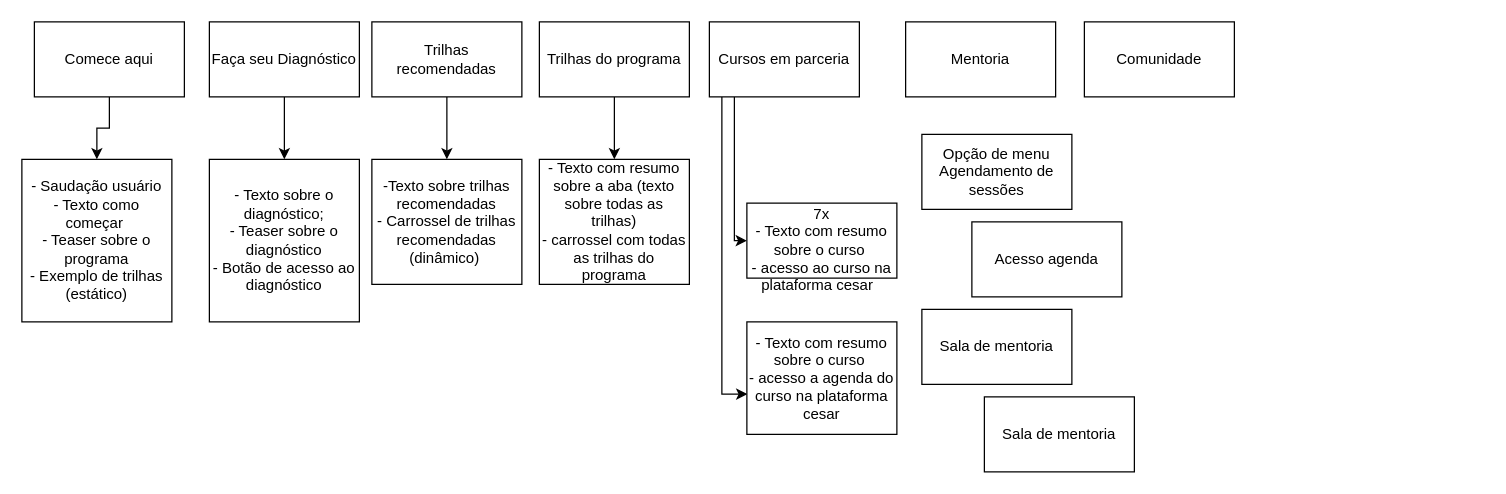
Above: moodle.drawio in tslacerd/UC15_ER3 (draw.io), before the change. Source tidied: cells renumbered, new cells numbered last; positions are measured from the earlier drawing's top-left corner, leaving out a move shared by most shapes. Both pictures are drawn from the tidied source at 125%, with x=0, y=0 at pixel (21, 21).
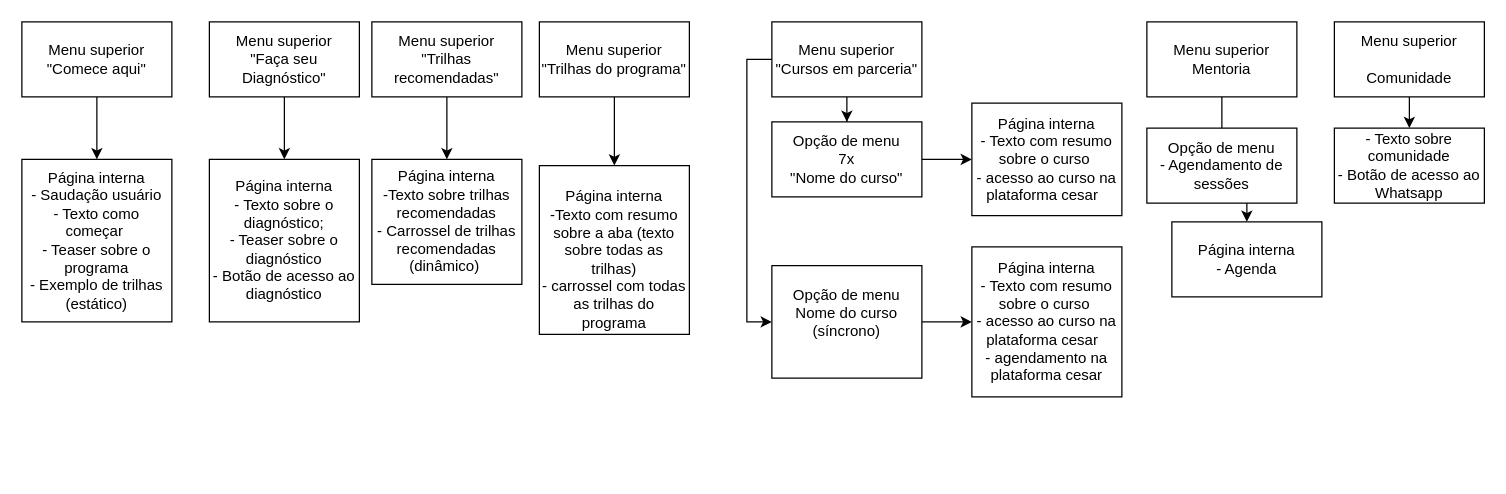
The same page after the edit.

Diff of the diagram source:
```diff
@@
     <mxCell id="2" style="edgeStyle=orthogonalEdgeStyle;rounded=0;jettySize=auto;html=1;" parent="1" edge="1" source="3" target="9">
-      <mxGeometry relative="1" as="geometry" />
+      <mxGeometry relative="1" as="geometry">
+        <Array as="points">
+          <mxPoint x="60" y="80" />
+          <mxPoint x="60" y="80" />
+        </Array>
+      </mxGeometry>
     </mxCell>
-    <mxCell id="3" value="Comece aqui" style="rounded=0;whiteSpace=wrap;html=1;" parent="1" vertex="1">
-      <mxGeometry x="10" width="120" height="60" as="geometry" />
+    <mxCell id="3" value="Menu superior&lt;br&gt;&quot;Comece aqui&quot;" style="rounded=0;whiteSpace=wrap;html=1;" parent="1" vertex="1">
+      <mxGeometry width="120" height="60" as="geometry" />
     </mxCell>
@@
-    <mxCell id="5" value="Faça seu Diagnóstico" style="rounded=0;whiteSpace=wrap;html=1;" parent="1" vertex="1">
+    <mxCell id="5" value="Menu superior&lt;br style=&quot;border-color: var(--border-color);&quot;&gt;&quot;Faça seu Diagnóstico&quot;" style="rounded=0;whiteSpace=wrap;html=1;" parent="1" vertex="1">
       <mxGeometry x="150" width="120" height="60" as="geometry" />
     </mxCell>
@@
-    <mxCell id="7" value="Trilhas recomendadas" style="rounded=0;whiteSpace=wrap;html=1;" parent="1" vertex="1">
+    <mxCell id="7" value="Menu superior&lt;br style=&quot;border-color: var(--border-color);&quot;&gt;&quot;Trilhas recomendadas&quot;" style="rounded=0;whiteSpace=wrap;html=1;" parent="1" vertex="1">
       <mxGeometry x="280" width="120" height="60" as="geometry" />
     </mxCell>
-    <mxCell id="8" value="- Texto sobre o diagnóstico;&lt;br&gt;- Teaser sobre o diagnóstico&lt;br&gt;- Botão de acesso ao diagnóstico" style="rounded=0;whiteSpace=wrap;html=1;" parent="1" vertex="1">
+    <mxCell id="8" value="Página interna&lt;br&gt;- Texto sobre o diagnóstico;&lt;br&gt;- Teaser sobre o diagnóstico&lt;br&gt;- Botão de acesso ao diagnóstico" style="rounded=0;whiteSpace=wrap;html=1;" parent="1" vertex="1">
       <mxGeometry x="150" y="110" width="120" height="130" as="geometry" />
     </mxCell>
-    <mxCell id="9" value="- Saudação usuário&lt;br&gt;- Texto como começar&amp;nbsp;&lt;br&gt;- Teaser sobre o programa&lt;br&gt;- Exemplo de trilhas (estático)" style="rounded=0;whiteSpace=wrap;html=1;" parent="1" vertex="1">
+    <mxCell id="9" value="Página interna&lt;br&gt;- Saudação usuário&lt;br&gt;- Texto como começar&amp;nbsp;&lt;br&gt;- Teaser sobre o programa&lt;br&gt;- Exemplo de trilhas (estático)" style="rounded=0;whiteSpace=wrap;html=1;" parent="1" vertex="1">
       <mxGeometry y="110" width="120" height="130" as="geometry" />
     </mxCell>
-    <mxCell id="10" value="-Texto sobre trilhas recomendadas&lt;br&gt;- Carrossel de trilhas recomendadas (dinâmico)&amp;nbsp;" style="rounded=0;whiteSpace=wrap;html=1;" parent="1" vertex="1">
+    <mxCell id="10" value="Página interna&lt;br&gt;-Texto sobre trilhas recomendadas&lt;br&gt;- Carrossel de trilhas recomendadas (dinâmico)&amp;nbsp;" style="rounded=0;whiteSpace=wrap;html=1;" parent="1" vertex="1">
       <mxGeometry x="280" y="110" width="120" height="100" as="geometry" />
     </mxCell>
+    <mxCell id="25" style="edgeStyle=orthogonalEdgeStyle;rounded=0;jettySize=auto;html=1;" parent="1" edge="1" source="11" target="24">
+      <mxGeometry relative="1" as="geometry" />
+    </mxCell>
-    <mxCell id="11" value="Comunidade" style="rounded=0;whiteSpace=wrap;html=1;" parent="1" vertex="1">
-      <mxGeometry x="850" width="120" height="60" as="geometry" />
+    <mxCell id="11" value="Menu superior&lt;br&gt;&lt;br&gt;Comunidade" style="rounded=0;whiteSpace=wrap;html=1;" parent="1" vertex="1">
+      <mxGeometry x="1050" width="120" height="60" as="geometry" />
     </mxCell>
+    <mxCell id="26" style="edgeStyle=orthogonalEdgeStyle;rounded=0;jettySize=auto;html=1;" parent="1" edge="1" source="12" target="22">
+      <mxGeometry relative="1" as="geometry" />
+    </mxCell>
-    <mxCell id="12" value="Mentoria" style="rounded=0;whiteSpace=wrap;html=1;" parent="1" vertex="1">
-      <mxGeometry x="707" width="120" height="60" as="geometry" />
+    <mxCell id="12" value="Menu superior&lt;br&gt;Mentoria" style="rounded=0;whiteSpace=wrap;html=1;" parent="1" vertex="1">
+      <mxGeometry x="900" width="120" height="60" as="geometry" />
     </mxCell>
+    <mxCell id="27" style="edgeStyle=orthogonalEdgeStyle;rounded=0;jettySize=auto;html=1;" parent="1" edge="1" source="15" target="23">
+      <mxGeometry relative="1" as="geometry" />
+    </mxCell>
-    <mxCell id="13" style="edgeStyle=orthogonalEdgeStyle;rounded=0;jettySize=auto;html=1;entryX=0.003;entryY=0.642;entryDx=0;entryDy=0;entryPerimeter=0;" parent="1" edge="1" source="15" target="19">
+    <mxCell id="13" style="edgeStyle=orthogonalEdgeStyle;rounded=0;jettySize=auto;html=1;entryX=0;entryY=0.5;entryDx=0;entryDy=0;" parent="1" edge="1" source="15" target="19">
       <mxGeometry relative="1" as="geometry">
         <Array as="points">
-          <mxPoint x="560" y="298" />
+          <mxPoint x="580" y="30" />
+          <mxPoint x="580" y="240" />
         </Array>
       </mxGeometry>
     </mxCell>
-    <mxCell id="14" style="edgeStyle=orthogonalEdgeStyle;rounded=0;jettySize=auto;html=1;entryX=0;entryY=0.5;entryDx=0;entryDy=0;" parent="1" edge="1" source="15" target="20">
-      <mxGeometry relative="1" as="geometry">
-        <Array as="points">
-          <mxPoint x="570" y="175" />
-        </Array>
-      </mxGeometry>
-    </mxCell>
-    <mxCell id="15" value="Cursos em parceria" style="rounded=0;whiteSpace=wrap;html=1;" parent="1" vertex="1">
-      <mxGeometry x="550" width="120" height="60" as="geometry" />
+    <mxCell id="15" value="Menu superior&lt;br&gt;&quot;Cursos em parceria&quot;" style="rounded=0;whiteSpace=wrap;html=1;" parent="1" vertex="1">
+      <mxGeometry x="600" width="120" height="60" as="geometry" />
     </mxCell>
@@
-    <mxCell id="17" value="Trilhas do programa" style="rounded=0;whiteSpace=wrap;html=1;" parent="1" vertex="1">
+    <mxCell id="17" value="Menu superior&lt;br style=&quot;border-color: var(--border-color);&quot;&gt;&quot;Trilhas do programa&quot;" style="rounded=0;whiteSpace=wrap;html=1;" parent="1" vertex="1">
       <mxGeometry x="414" width="120" height="60" as="geometry" />
     </mxCell>
-    <mxCell id="18" value="- Texto com resumo sobre a aba (texto sobre todas as trilhas)&lt;br&gt;- carrossel com todas as trilhas do programa" style="rounded=0;whiteSpace=wrap;html=1;" parent="1" vertex="1">
-      <mxGeometry x="414" y="110" width="120" height="100" as="geometry" />
+    <mxCell id="18" value="&lt;br&gt;Página interna&lt;br&gt;-Texto com resumo sobre a aba (texto sobre todas as trilhas)&lt;br&gt;- carrossel com todas as trilhas do programa" style="rounded=0;whiteSpace=wrap;html=1;" parent="1" vertex="1">
+      <mxGeometry x="414" y="115" width="120" height="135" as="geometry" />
     </mxCell>
+    <mxCell id="28" style="edgeStyle=orthogonalEdgeStyle;rounded=0;jettySize=auto;html=1;" parent="1" edge="1" source="19" target="30">
+      <mxGeometry relative="1" as="geometry" />
+    </mxCell>
-    <mxCell id="19" value="- Texto com resumo sobre o curso&amp;nbsp;&lt;br&gt;- acesso a agenda do curso na plataforma cesar" style="rounded=0;whiteSpace=wrap;html=1;" parent="1" vertex="1">
-      <mxGeometry x="580" y="240" width="120" height="90" as="geometry" />
+    <mxCell id="19" value="Opção de menu&lt;br&gt;Nome do curso&lt;br&gt;(síncrono)&lt;br&gt;&amp;nbsp;" style="rounded=0;whiteSpace=wrap;html=1;" parent="1" vertex="1">
+      <mxGeometry x="600" y="195" width="120" height="90" as="geometry" />
     </mxCell>
-    <mxCell id="20" value="&lt;br&gt;7x&lt;br&gt;- Texto com resumo sobre o curso&amp;nbsp;&lt;br&gt;- acesso ao curso na plataforma cesar&amp;nbsp;&amp;nbsp;" style="rounded=0;whiteSpace=wrap;html=1;" parent="1" vertex="1">
-      <mxGeometry x="580" y="145" width="120" height="60" as="geometry" />
+    <mxCell id="20" value="Página interna&lt;br&gt;- Texto com resumo sobre o curso&amp;nbsp;&lt;br&gt;- acesso ao curso na plataforma cesar&amp;nbsp;&amp;nbsp;" style="rounded=0;whiteSpace=wrap;html=1;" parent="1" vertex="1">
+      <mxGeometry x="760" y="65" width="120" height="90" as="geometry" />
     </mxCell>
-    <mxCell id="21" value="Opção de menu&lt;br&gt;Agendamento de sessões" style="rounded=0;whiteSpace=wrap;html=1;" parent="1" vertex="1">
-      <mxGeometry x="720" y="90" width="120" height="60" as="geometry" />
+    <mxCell id="21" value="Opção de menu&lt;br&gt;- Agendamento de sessões" style="rounded=0;whiteSpace=wrap;html=1;" parent="1" vertex="1">
+      <mxGeometry x="900" y="85" width="120" height="60" as="geometry" />
     </mxCell>
-    <mxCell id="22" value="Acesso agenda" style="rounded=0;whiteSpace=wrap;html=1;" parent="1" vertex="1">
-      <mxGeometry x="760" y="160" width="120" height="60" as="geometry" />
+    <mxCell id="22" value="Página interna&lt;br&gt;- Agenda" style="rounded=0;whiteSpace=wrap;html=1;" parent="1" vertex="1">
+      <mxGeometry x="920" y="160" width="120" height="60" as="geometry" />
     </mxCell>
+    <mxCell id="29" style="edgeStyle=orthogonalEdgeStyle;rounded=0;jettySize=auto;html=1;" parent="1" edge="1" source="23" target="20">
+      <mxGeometry relative="1" as="geometry" />
+    </mxCell>
-    <mxCell id="23" value="Sala de mentoria" style="rounded=0;whiteSpace=wrap;html=1;" parent="1" vertex="1">
-      <mxGeometry x="720" y="230" width="120" height="60" as="geometry" />
+    <mxCell id="23" value="Opção de menu&lt;br&gt;7x&lt;br&gt;&quot;Nome do curso&quot;" style="rounded=0;whiteSpace=wrap;html=1;" parent="1" vertex="1">
+      <mxGeometry x="600" y="80" width="120" height="60" as="geometry" />
     </mxCell>
-    <mxCell id="24" value="Sala de mentoria" style="rounded=0;whiteSpace=wrap;html=1;" parent="1" vertex="1">
-      <mxGeometry x="770" y="300" width="120" height="60" as="geometry" />
+    <mxCell id="24" value="- Texto sobre comunidade&lt;br&gt;- Botão de acesso ao Whatsapp" style="rounded=0;whiteSpace=wrap;html=1;" parent="1" vertex="1">
+      <mxGeometry x="1050" y="85" width="120" height="60" as="geometry" />
     </mxCell>
+    <mxCell id="30" value="Página interna&lt;br&gt;- Texto com resumo sobre o curso&amp;nbsp;&lt;br&gt;- acesso ao curso na plataforma cesar&amp;nbsp;&amp;nbsp;&lt;br&gt;- agendamento na plataforma cesar" style="rounded=0;whiteSpace=wrap;html=1;" parent="1" vertex="1">
+      <mxGeometry x="760" y="180" width="120" height="120" as="geometry" />
+    </mxCell>
```
